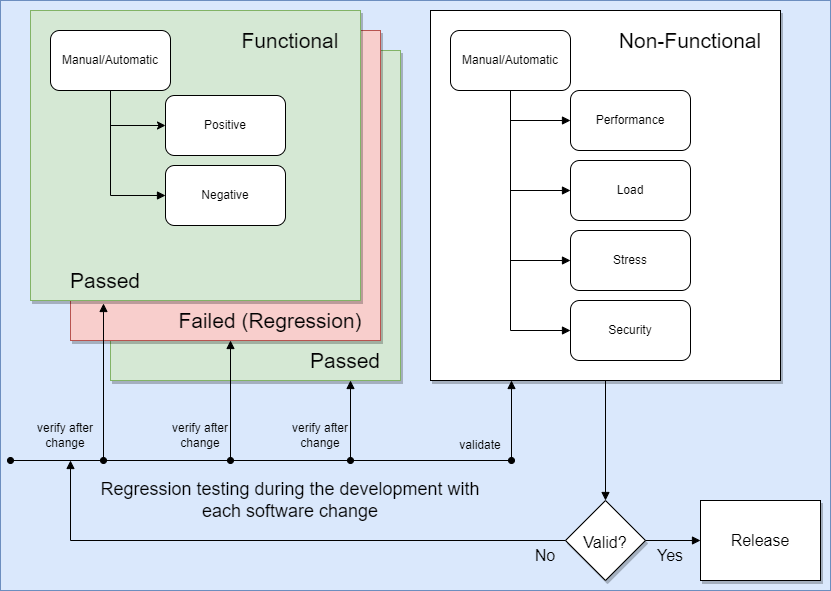
The draw.io diagram Assets/images/test-types.png in braboj/tutorial-testing, before a commit. Source tidied: cells renumbered, new cells last; positions are measured from the earlier drawing's top-left corner, leaving out a move shared by most shapes.
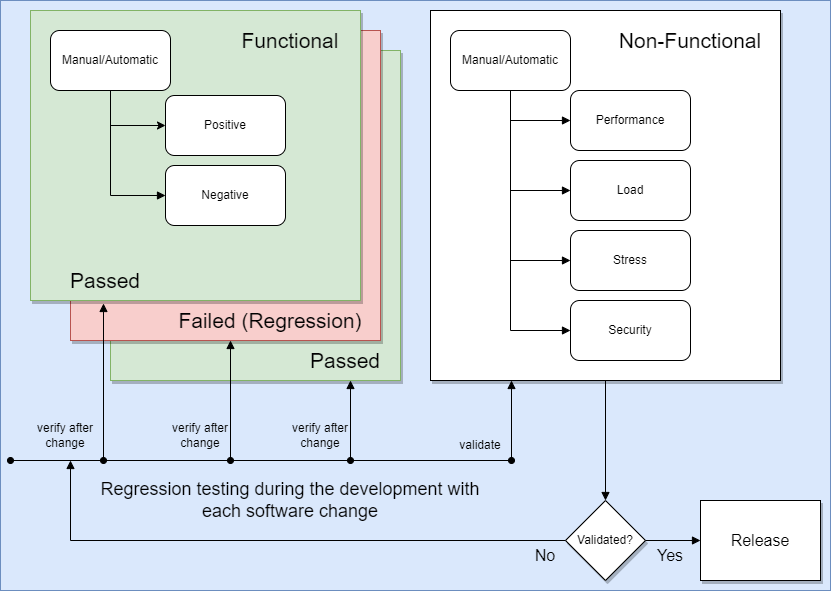
The same diagram one commit later.

What changed in the source:
```diff
@@ -5,7 +5,7 @@
     <mxCell id="2" style="rounded=0;whiteSpace=wrap;html=1;shadow=0;glass=0;sketch=0;fontSize=16;fillColor=#dae8fc;strokeColor=#6c8ebf;" parent="1" vertex="1">
       <mxGeometry width="830" height="590" as="geometry" />
     </mxCell>
-    <mxCell id="3" value="&lt;font style=&quot;font-size: 16px;&quot;&gt;Valid?&lt;/font&gt;" style="rhombus;whiteSpace=wrap;html=1;rounded=0;shadow=1;glass=0;sketch=0;fontSize=21;" parent="1" vertex="1">
+    <mxCell id="3" value="&lt;font style=&quot;font-size: 12px;&quot;&gt;Validated?&lt;/font&gt;" style="rhombus;whiteSpace=wrap;html=1;rounded=0;shadow=1;glass=0;sketch=0;fontSize=12;" parent="1" vertex="1">
       <mxGeometry x="565" y="500" width="80" height="80" as="geometry" />
     </mxCell>
     <mxCell id="4" style="rounded=0;whiteSpace=wrap;html=1;fillColor=#d5e8d4;strokeColor=#82b366;shadow=1;sketch=0;glass=0;" parent="1" vertex="1">
```
